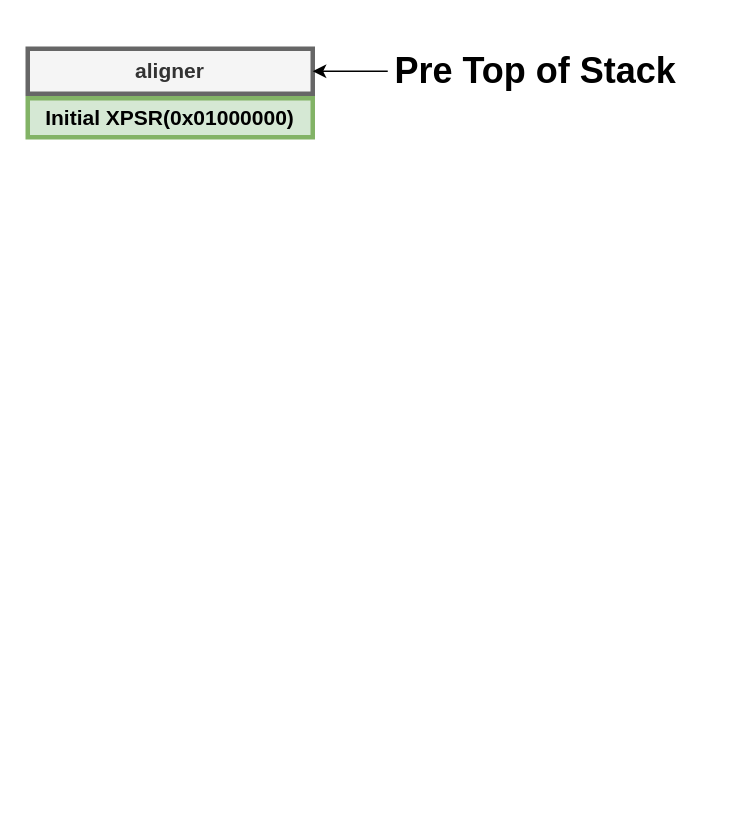
The draw.io diagram FreeRTOS/diagrams/TaskStackFrame.drawio in over-infinity/-Tutorials, before the edit. Source tidied: cells renumbered, new cells numbered last; positions are measured from the earlier drawing's top-left corner, leaving out a move shared by most shapes. Both pictures are drawn from the tidied source at 150%, with x=0, y=0 at pixel (27, 40).
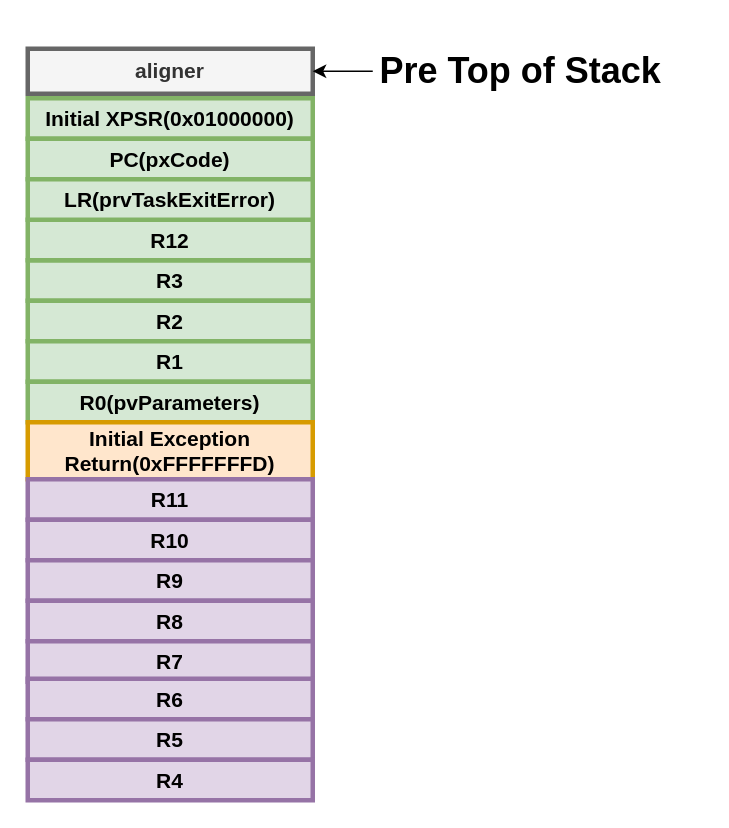
After the change.

The edit, as a diff of the source:
```diff
@@
     <mxCell id="4" value="&lt;h1&gt;Pre Top of Stack&lt;br&gt;&lt;/h1&gt;&lt;p&gt;&lt;br&gt;&lt;/p&gt;" style="text;html=1;strokeColor=none;fillColor=none;spacing=5;spacingTop=-20;whiteSpace=wrap;overflow=hidden;rounded=0;" parent="1" vertex="1">
-      <mxGeometry x="240" width="210" height="40" as="geometry" />
+      <mxGeometry x="230" width="210" height="40" as="geometry" />
     </mxCell>
     <mxCell id="5" value="Initial XPSR(0x01000000)" style="rounded=0;whiteSpace=wrap;html=1;strokeWidth=3;fillColor=#d5e8d4;strokeColor=#82b366;fontSize=14;fontStyle=1;" parent="1" vertex="1">
-      <mxGeometry y="38" width="190" height="26" as="geometry" />
+      <mxGeometry y="38" width="190" height="27" as="geometry" />
     </mxCell>
+    <mxCell id="6" value="PC(pxCode)" style="rounded=0;whiteSpace=wrap;html=1;strokeWidth=3;fillColor=#d5e8d4;strokeColor=#82b366;fontSize=14;fontStyle=1;" parent="1" vertex="1">
+      <mxGeometry y="65" width="190" height="27" as="geometry" />
+    </mxCell>
+    <mxCell id="7" value="R3" style="rounded=0;whiteSpace=wrap;html=1;strokeWidth=3;fillColor=#d5e8d4;strokeColor=#82b366;fontSize=14;fontStyle=1;" parent="1" vertex="1">
+      <mxGeometry y="146" width="190" height="27" as="geometry" />
+    </mxCell>
+    <mxCell id="8" value="R12" style="rounded=0;whiteSpace=wrap;html=1;strokeWidth=3;fillColor=#d5e8d4;strokeColor=#82b366;fontSize=14;fontStyle=1;" parent="1" vertex="1">
+      <mxGeometry y="119" width="190" height="27" as="geometry" />
+    </mxCell>
+    <mxCell id="9" value="LR(prvTaskExitError)" style="rounded=0;whiteSpace=wrap;html=1;strokeWidth=3;fillColor=#d5e8d4;strokeColor=#82b366;fontSize=14;fontStyle=1;" parent="1" vertex="1">
+      <mxGeometry y="92" width="190" height="27" as="geometry" />
+    </mxCell>
+    <mxCell id="10" value="R2" style="rounded=0;whiteSpace=wrap;html=1;strokeWidth=3;fillColor=#d5e8d4;strokeColor=#82b366;fontSize=14;fontStyle=1;" parent="1" vertex="1">
+      <mxGeometry y="173" width="190" height="27" as="geometry" />
+    </mxCell>
+    <mxCell id="11" value="R1" style="rounded=0;whiteSpace=wrap;html=1;strokeWidth=3;fillColor=#d5e8d4;strokeColor=#82b366;fontSize=14;fontStyle=1;" parent="1" vertex="1">
+      <mxGeometry y="200" width="190" height="27" as="geometry" />
+    </mxCell>
+    <mxCell id="12" value="&lt;div&gt;R0(pvParameters)&lt;/div&gt;" style="rounded=0;whiteSpace=wrap;html=1;strokeWidth=3;fillColor=#d5e8d4;strokeColor=#82b366;fontSize=14;fontStyle=1;" parent="1" vertex="1">
+      <mxGeometry y="227" width="190" height="27" as="geometry" />
+    </mxCell>
+    <mxCell id="13" value="Initial Exception Return(0xFFFFFFFD)" style="rounded=0;whiteSpace=wrap;html=1;strokeWidth=3;fillColor=#ffe6cc;strokeColor=#d79b00;fontSize=14;fontStyle=1;" parent="1" vertex="1">
+      <mxGeometry y="254" width="190" height="38" as="geometry" />
+    </mxCell>
+    <mxCell id="14" value="R11" style="rounded=0;whiteSpace=wrap;html=1;strokeWidth=3;fillColor=#e1d5e7;strokeColor=#9673a6;fontSize=14;fontStyle=1;" parent="1" vertex="1">
+      <mxGeometry y="292" width="190" height="27" as="geometry" />
+    </mxCell>
+    <mxCell id="15" value="R10" style="rounded=0;whiteSpace=wrap;html=1;strokeWidth=3;fillColor=#e1d5e7;strokeColor=#9673a6;fontSize=14;fontStyle=1;" parent="1" vertex="1">
+      <mxGeometry y="319" width="190" height="27" as="geometry" />
+    </mxCell>
+    <mxCell id="16" value="R9" style="rounded=0;whiteSpace=wrap;html=1;strokeWidth=3;fillColor=#e1d5e7;strokeColor=#9673a6;fontSize=14;fontStyle=1;" parent="1" vertex="1">
+      <mxGeometry y="346" width="190" height="27" as="geometry" />
+    </mxCell>
+    <mxCell id="17" value="R8" style="rounded=0;whiteSpace=wrap;html=1;strokeWidth=3;fillColor=#e1d5e7;strokeColor=#9673a6;fontSize=14;fontStyle=1;" parent="1" vertex="1">
+      <mxGeometry y="373" width="190" height="27" as="geometry" />
+    </mxCell>
+    <mxCell id="18" value="R7" style="rounded=0;whiteSpace=wrap;html=1;strokeWidth=3;fillColor=#e1d5e7;strokeColor=#9673a6;fontSize=14;fontStyle=1;" parent="1" vertex="1">
+      <mxGeometry y="400" width="190" height="27" as="geometry" />
+    </mxCell>
+    <mxCell id="19" value="R6" style="rounded=0;whiteSpace=wrap;html=1;strokeWidth=3;fillColor=#e1d5e7;strokeColor=#9673a6;fontSize=14;fontStyle=1;" parent="1" vertex="1">
+      <mxGeometry y="425" width="190" height="27" as="geometry" />
+    </mxCell>
+    <mxCell id="20" value="R5" style="rounded=0;whiteSpace=wrap;html=1;strokeWidth=3;fillColor=#e1d5e7;strokeColor=#9673a6;fontSize=14;fontStyle=1;" parent="1" vertex="1">
+      <mxGeometry y="452" width="190" height="27" as="geometry" />
+    </mxCell>
+    <mxCell id="21" value="R4" style="rounded=0;whiteSpace=wrap;html=1;strokeWidth=3;fillColor=#e1d5e7;strokeColor=#9673a6;fontSize=14;fontStyle=1;" parent="1" vertex="1">
+      <mxGeometry y="479" width="190" height="27" as="geometry" />
+    </mxCell>
```
